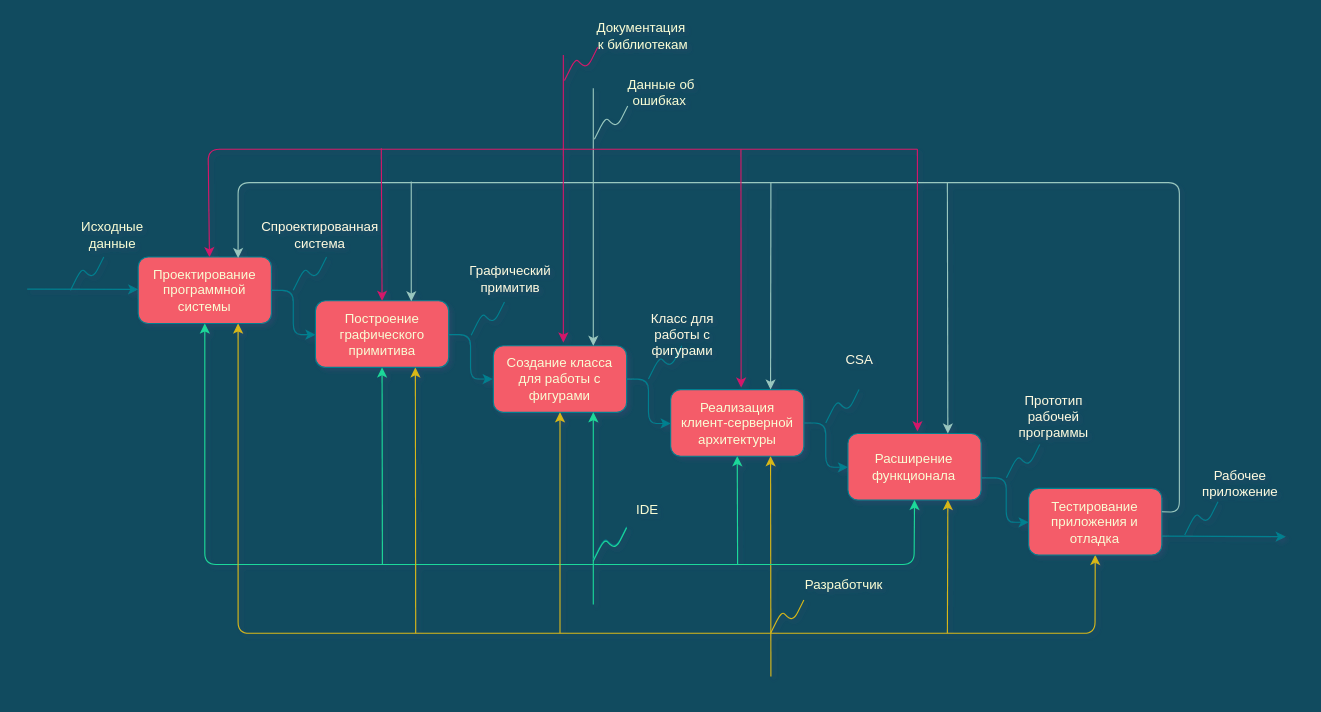
Before: Documentation/IDEF0/IDEF0-Context.drawio in AlexeyLepov/ClientServerChessApp, a draw.io diagram. Source tidied: cells renumbered, new cells numbered last; positions are measured from the earlier drawing's top-left corner, leaving out a move shared by most shapes. Both pictures are drawn from the tidied source at 111%, with x=0, y=0 at pixel (27, 19).
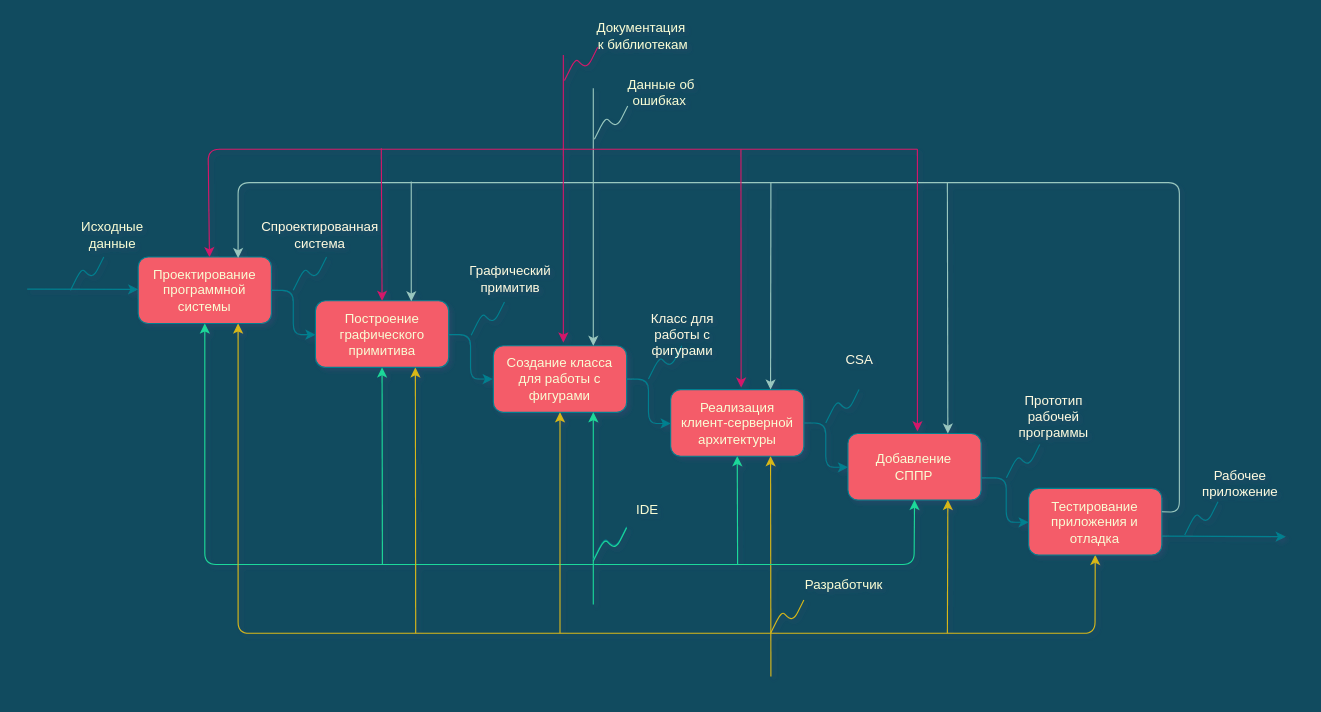
The same page after the edit.

Commit message (it also covers changes not shown here):
IDEF0 reviewed and Docs added

The edit, as a diff of the source:
```diff
@@
-    <mxCell id="21" value="&lt;span style=&quot;font-size: 12px;&quot;&gt;Расширение функционала&lt;/span&gt;" style="text;html=1;strokeColor=none;fillColor=none;align=center;verticalAlign=middle;whiteSpace=wrap;rounded=1;fontStyle=0;fontSize=12;fontColor=#F9FDD5;" parent="1" vertex="1">
+    <mxCell id="21" value="&lt;span style=&quot;font-size: 12px&quot;&gt;Добавление &lt;br&gt;СППР&lt;/span&gt;" style="text;html=1;strokeColor=none;fillColor=none;align=center;verticalAlign=middle;whiteSpace=wrap;rounded=1;fontStyle=0;fontSize=12;fontColor=#F9FDD5;" parent="1" vertex="1">
       <mxGeometry x="739.4" y="383" width="120" height="40" as="geometry" />
     </mxCell>
```
